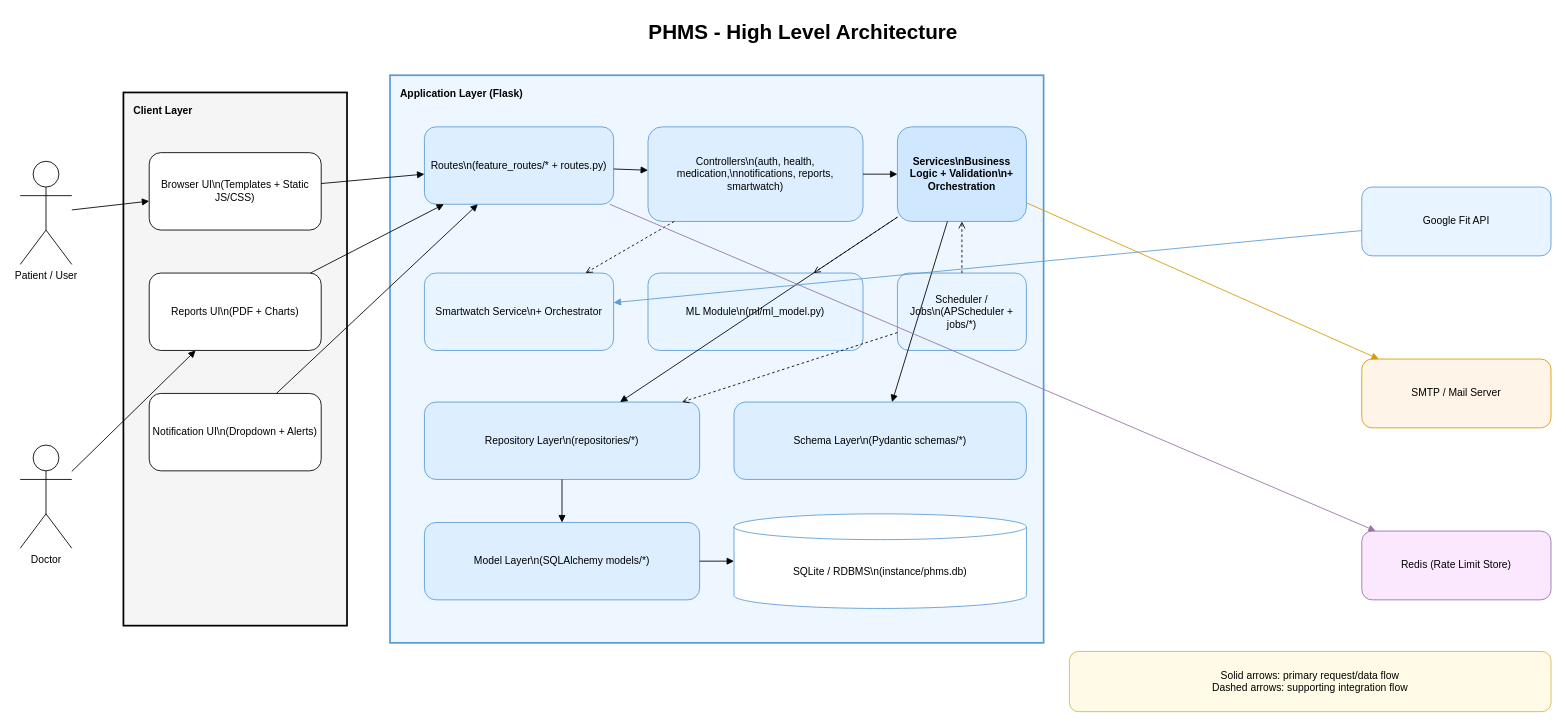
Earlier version of the draw.io diagram Diagrams/PHMS Architecture Diagram.drawio.xml (MokariyaPradip/Personal-Health-Monitoring-System-PHMS). Source tidied: cells renumbered, new cells numbered last; positions are measured from the earlier drawing's top-left corner, leaving out a move shared by most shapes. Both pictures are drawn from the tidied source at 86%, with x=0, y=0 at pixel (20, 15).
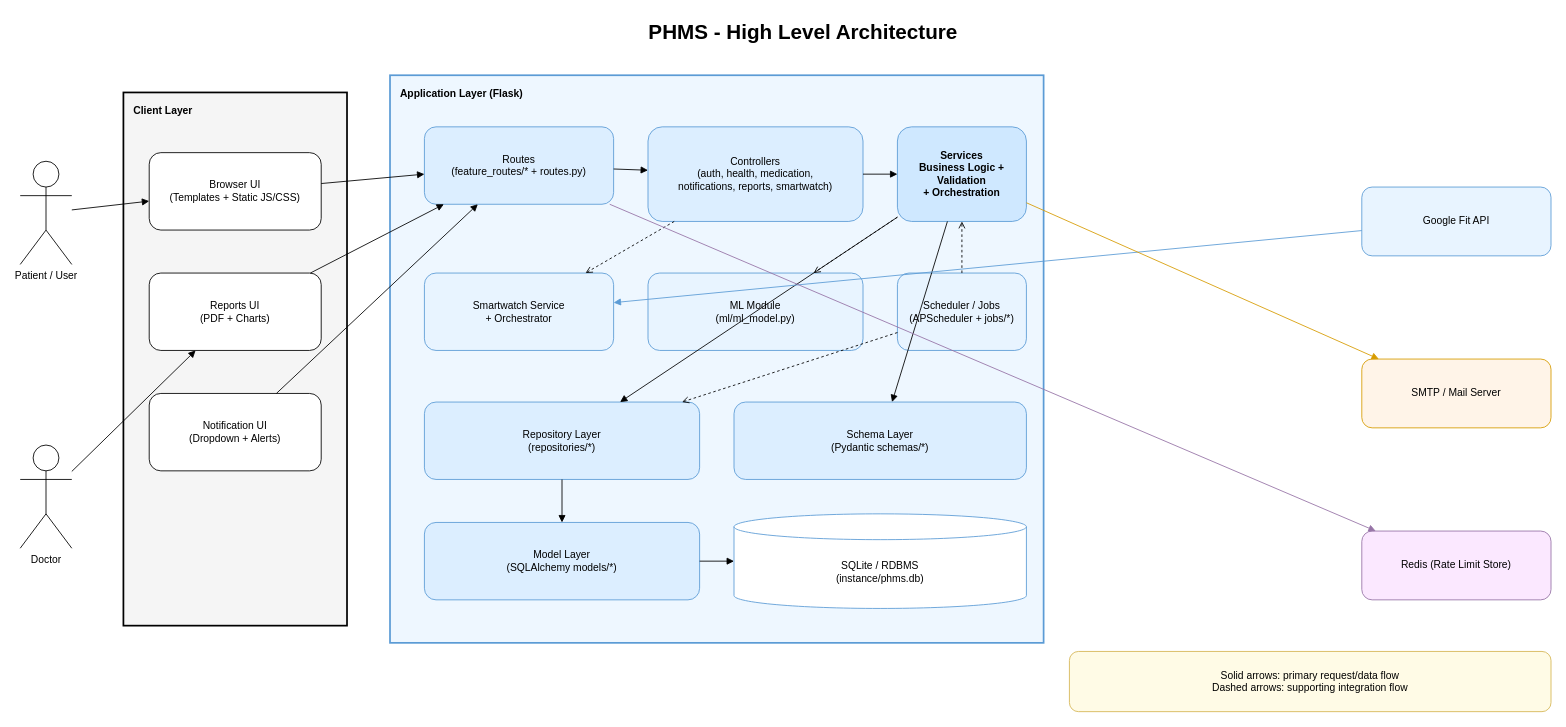
Above is the later version.

The edit, as a diff of the source:
```diff
@@
-    <mxCell id="9" value="Browser UI\n(Templates + Static JS/CSS)" style="rounded=1;whiteSpace=wrap;html=1;fillColor=#ffffff;" parent="1" vertex="1">
+    <mxCell id="9" value="Browser UI&#10;(Templates + Static JS/CSS)" style="rounded=1;whiteSpace=wrap;html=1;fillColor=#ffffff;" parent="1" vertex="1">
       <mxGeometry x="150" y="160" width="200" height="90" as="geometry" />
     </mxCell>
-    <mxCell id="10" value="Reports UI\n(PDF + Charts)" style="rounded=1;whiteSpace=wrap;html=1;fillColor=#ffffff;" parent="1" vertex="1">
+    <mxCell id="10" value="Reports UI&#10;(PDF + Charts)" style="rounded=1;whiteSpace=wrap;html=1;fillColor=#ffffff;" parent="1" vertex="1">
       <mxGeometry x="150" y="300" width="200" height="90" as="geometry" />
     </mxCell>
-    <mxCell id="11" value="Notification UI\n(Dropdown + Alerts)" style="rounded=1;whiteSpace=wrap;html=1;fillColor=#ffffff;" parent="1" vertex="1">
+    <mxCell id="11" value="Notification UI&#10;(Dropdown + Alerts)" style="rounded=1;whiteSpace=wrap;html=1;fillColor=#ffffff;" parent="1" vertex="1">
       <mxGeometry x="150" y="440" width="200" height="90" as="geometry" />
     </mxCell>
@@
-    <mxCell id="13" value="Routes\n(feature_routes/* + routes.py)" style="rounded=1;whiteSpace=wrap;html=1;fillColor=#dceeff;strokeColor=#5b9bd5;" parent="1" vertex="1">
+    <mxCell id="13" value="Routes&#10;(feature_routes/* + routes.py)" style="rounded=1;whiteSpace=wrap;html=1;fillColor=#dceeff;strokeColor=#5b9bd5;" parent="1" vertex="1">
       <mxGeometry x="470" y="130" width="220" height="90" as="geometry" />
     </mxCell>
-    <mxCell id="14" value="Controllers\n(auth, health, medication,\nnotifications, reports, smartwatch)" style="rounded=1;whiteSpace=wrap;html=1;fillColor=#dceeff;strokeColor=#5b9bd5;" parent="1" vertex="1">
+    <mxCell id="14" value="Controllers&#10;(auth, health, medication,&#10;notifications, reports, smartwatch)" style="rounded=1;whiteSpace=wrap;html=1;fillColor=#dceeff;strokeColor=#5b9bd5;" parent="1" vertex="1">
       <mxGeometry x="730" y="130" width="250" height="110" as="geometry" />
     </mxCell>
-    <mxCell id="15" value="Services\nBusiness Logic + Validation\n+ Orchestration" style="rounded=1;whiteSpace=wrap;html=1;fillColor=#cfe8ff;strokeColor=#5b9bd5;fontStyle=1;" parent="1" vertex="1">
+    <mxCell id="15" value="Services&#10;Business Logic + Validation&#10;+ Orchestration" style="rounded=1;whiteSpace=wrap;html=1;fillColor=#cfe8ff;strokeColor=#5b9bd5;fontStyle=1;" parent="1" vertex="1">
       <mxGeometry x="1020" y="130" width="150" height="110" as="geometry" />
     </mxCell>
-    <mxCell id="16" value="Smartwatch Service\n+ Orchestrator" style="rounded=1;whiteSpace=wrap;html=1;fillColor=#e8f4ff;strokeColor=#5b9bd5;" parent="1" vertex="1">
+    <mxCell id="16" value="Smartwatch Service&#10;+ Orchestrator" style="rounded=1;whiteSpace=wrap;html=1;fillColor=#e8f4ff;strokeColor=#5b9bd5;" parent="1" vertex="1">
       <mxGeometry x="470" y="300" width="220" height="90" as="geometry" />
     </mxCell>
-    <mxCell id="17" value="ML Module\n(ml/ml_model.py)" style="rounded=1;whiteSpace=wrap;html=1;fillColor=#e8f4ff;strokeColor=#5b9bd5;" parent="1" vertex="1">
+    <mxCell id="17" value="ML Module&#10;(ml/ml_model.py)" style="rounded=1;whiteSpace=wrap;html=1;fillColor=#e8f4ff;strokeColor=#5b9bd5;" parent="1" vertex="1">
       <mxGeometry x="730" y="300" width="250" height="90" as="geometry" />
     </mxCell>
-    <mxCell id="18" value="Scheduler / Jobs\n(APScheduler + jobs/*)" style="rounded=1;whiteSpace=wrap;html=1;fillColor=#e8f4ff;strokeColor=#5b9bd5;" parent="1" vertex="1">
+    <mxCell id="18" value="Scheduler / Jobs&#10;(APScheduler + jobs/*)" style="rounded=1;whiteSpace=wrap;html=1;fillColor=#e8f4ff;strokeColor=#5b9bd5;" parent="1" vertex="1">
       <mxGeometry x="1020" y="300" width="150" height="90" as="geometry" />
     </mxCell>
-    <mxCell id="19" value="Repository Layer\n(repositories/*)" style="rounded=1;whiteSpace=wrap;html=1;fillColor=#dceeff;strokeColor=#5b9bd5;" parent="1" vertex="1">
+    <mxCell id="19" value="Repository Layer&#10;(repositories/*)" style="rounded=1;whiteSpace=wrap;html=1;fillColor=#dceeff;strokeColor=#5b9bd5;" parent="1" vertex="1">
       <mxGeometry x="470" y="450" width="320" height="90" as="geometry" />
     </mxCell>
-    <mxCell id="20" value="Schema Layer\n(Pydantic schemas/*)" style="rounded=1;whiteSpace=wrap;html=1;fillColor=#dceeff;strokeColor=#5b9bd5;" parent="1" vertex="1">
+    <mxCell id="20" value="Schema Layer&#10;(Pydantic schemas/*)" style="rounded=1;whiteSpace=wrap;html=1;fillColor=#dceeff;strokeColor=#5b9bd5;" parent="1" vertex="1">
       <mxGeometry x="830" y="450" width="340" height="90" as="geometry" />
     </mxCell>
-    <mxCell id="21" value="Model Layer\n(SQLAlchemy models/*)" style="rounded=1;whiteSpace=wrap;html=1;fillColor=#dceeff;strokeColor=#5b9bd5;" parent="1" vertex="1">
+    <mxCell id="21" value="Model Layer&#10;(SQLAlchemy models/*)" style="rounded=1;whiteSpace=wrap;html=1;fillColor=#dceeff;strokeColor=#5b9bd5;" parent="1" vertex="1">
       <mxGeometry x="470" y="590" width="320" height="90" as="geometry" />
     </mxCell>
-    <mxCell id="22" value="SQLite / RDBMS\n(instance/phms.db)" style="shape=cylinder3;whiteSpace=wrap;html=1;boundedLbl=1;fillColor=#ffffff;strokeColor=#5b9bd5;" parent="1" vertex="1">
+    <mxCell id="22" value="SQLite / RDBMS&#10;(instance/phms.db)" style="shape=cylinder3;whiteSpace=wrap;html=1;boundedLbl=1;fillColor=#ffffff;strokeColor=#5b9bd5;" parent="1" vertex="1">
       <mxGeometry x="830" y="580" width="340" height="110" as="geometry" />
     </mxCell>
```
